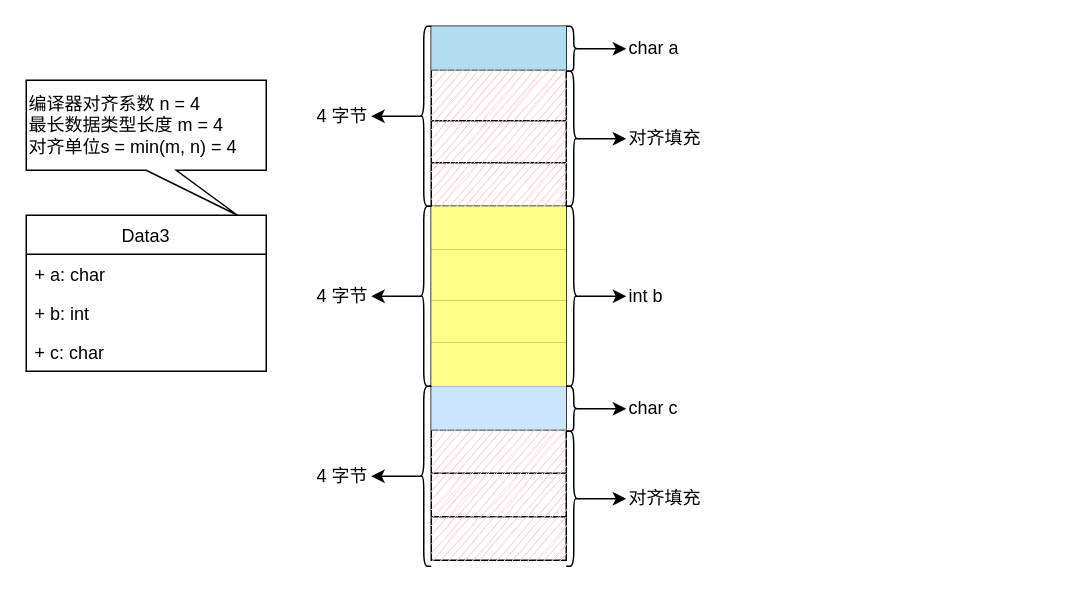
This is TechStack/memory_alignment_case3.drawio from zhxilin/picbed, a draw.io file, before an edit. Source tidied: cells renumbered, new cells numbered last; positions are measured from the earlier drawing's top-left corner, leaving out a move shared by most shapes. Both pictures are drawn from the tidied source at 150%, with x=0, y=0 at pixel (26, 26).
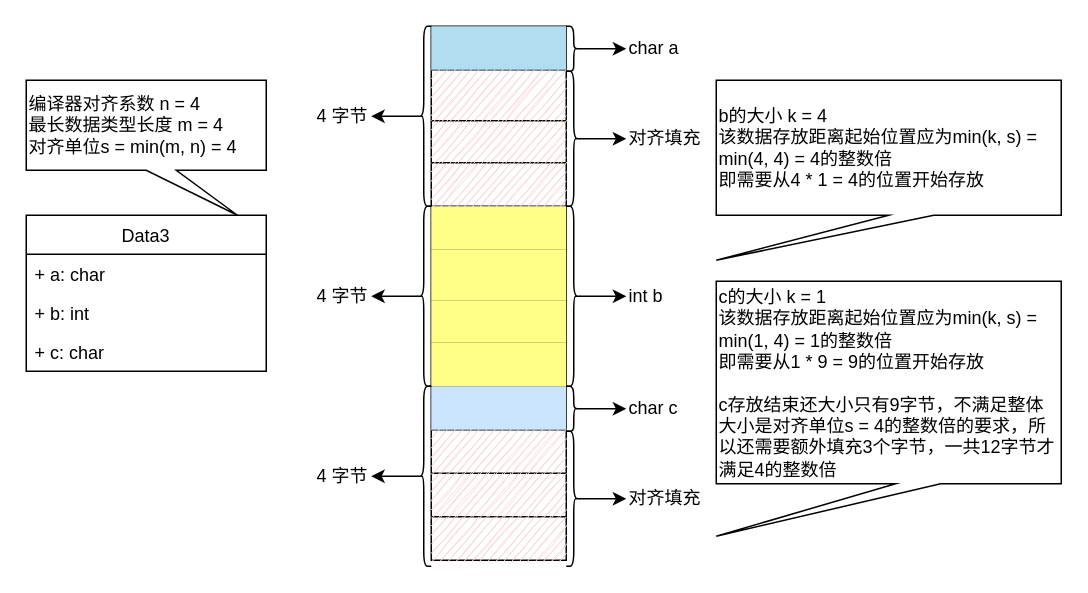
The same page after the edit.

What changed in the source:
```diff
@@
+    <mxCell id="56" value="b的大小 k = 4&lt;div&gt;该数据存放距离起始位置应为min(k, s) = min(4, 4) = 4的整数倍&lt;/div&gt;&lt;div&gt;即需要从4 * 1 = 4的位置开始存放&lt;/div&gt;" style="shape=callout;whiteSpace=wrap;html=1;perimeter=calloutPerimeter;sketch=0;position2=0;align=left;base=30;" parent="1" vertex="1">
+      <mxGeometry x="460" y="36" width="230" height="120" as="geometry" />
+    </mxCell>
+    <mxCell id="57" value="c的大小 k = 1&lt;div&gt;该数据存放距离起始位置应为min(k, s) = min(1, 4) = 1的整数倍&lt;/div&gt;&lt;div&gt;即需要从1 * 9 = 9的位置开始存放&lt;/div&gt;&lt;div&gt;&lt;br&gt;&lt;/div&gt;&lt;div&gt;c存放结束还大小只有9字节，不满足整体大小是对齐单位s = 4的整数倍的要求，所以还需要额外填充3个字节，一共12字节才满足4的整数倍&lt;/div&gt;" style="shape=callout;whiteSpace=wrap;html=1;perimeter=calloutPerimeter;sketch=0;position2=0;align=left;base=30;size=35;position=0.52;" parent="1" vertex="1">
+      <mxGeometry x="460" y="170" width="230" height="170" as="geometry" />
+    </mxCell>
```
